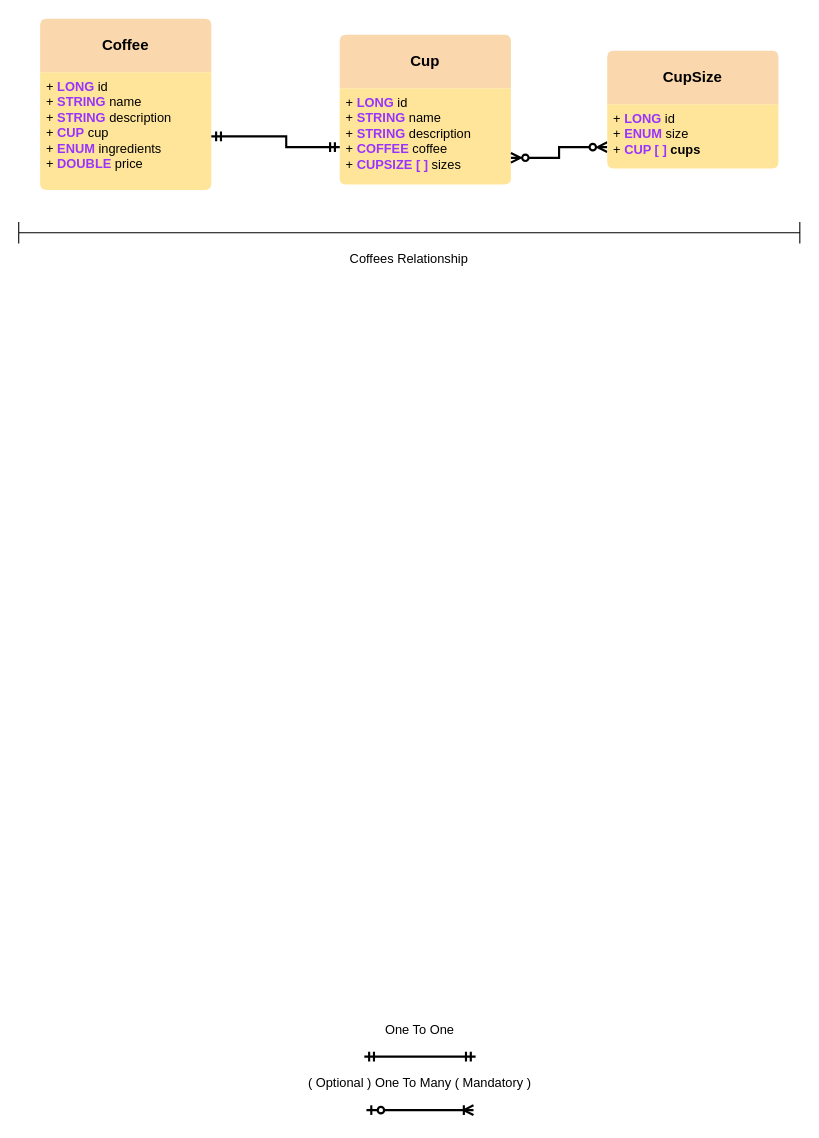
Before: coffee-api-diagram.drawio in SavioHaistem/Coffee-api, a draw.io diagram. Source tidied: cells renumbered, new cells numbered last; positions are measured from the earlier drawing's top-left corner, leaving out a move shared by most shapes. Both pictures are drawn from the tidied source at 107%, with x=0, y=0 at pixel (18, 18).
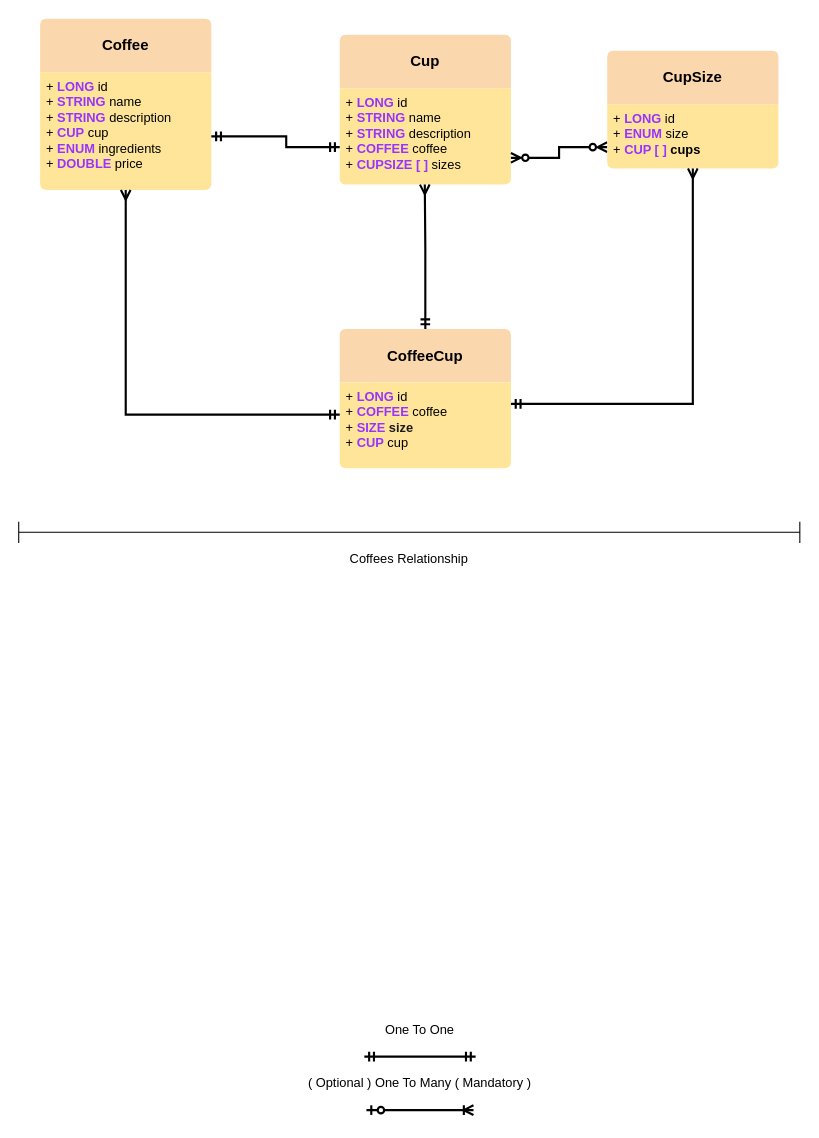
The same diagram, later.

Unchanged cells that the change refers to:
```xml
<mxCell id="3" value="+ &lt;b&gt;&lt;font color=&quot;#9933ff&quot;&gt;LONG&lt;/font&gt;&lt;/b&gt; id&lt;div&gt;+ &lt;b&gt;&lt;font color=&quot;#9933ff&quot;&gt;STRING&lt;/font&gt;&lt;/b&gt; name&lt;/div&gt;&lt;div&gt;+ &lt;b&gt;&lt;font color=&quot;#9933ff&quot;&gt;STRING&lt;/font&gt;&lt;/b&gt; description&lt;br&gt;+ &lt;font color=&quot;#9933ff&quot;&gt;&lt;b&gt;CUP&lt;/b&gt;&lt;/font&gt; cup&lt;br&gt;+ &lt;b&gt;&lt;font color=&quot;#9933ff&quot;&gt;ENUM&lt;/font&gt;&lt;/b&gt; ingredients&lt;div&gt;+ &lt;b&gt;&lt;font color=&quot;#9933ff&quot;&gt;DOUBLE&lt;/font&gt;&lt;/b&gt; price&lt;/div&gt;&lt;/div&gt;" style="align=left;strokeColor=none;fillColor=none;spacingLeft=4;fontSize=12;verticalAlign=top;html=1;" parent="2" vertex="1">
  <mxGeometry y="50" width="160" height="110" as="geometry" />
</mxCell>
```

Change to the diagram source:
```diff
@@
     <mxCell id="13" style="shape=crossbar;whiteSpace=wrap;html=1;rounded=1;" parent="1" vertex="1">
-      <mxGeometry y="190" width="730" height="20" as="geometry" />
+      <mxGeometry y="470" width="730" height="20" as="geometry" />
     </mxCell>
     <mxCell id="14" value="Coffees Relationship" style="text;html=1;align=center;verticalAlign=middle;whiteSpace=wrap;rounded=0;" parent="1" vertex="1">
-      <mxGeometry x="275" y="210" width="180" height="30" as="geometry" />
+      <mxGeometry x="275" y="490" width="180" height="30" as="geometry" />
     </mxCell>
@@
+    <mxCell id="16" value="&lt;b&gt;CoffeeCup&lt;/b&gt;" style="swimlane;horizontal=1;startSize=50;rounded=1;fontSize=14;fontStyle=0;strokeWidth=2;shadow=0;dashed=0;align=center;arcSize=4;whiteSpace=wrap;html=1;fillColor=#fad7ac;strokeColor=none;gradientColor=none;swimlaneFillColor=#FFE599;" parent="1" vertex="1">
+      <mxGeometry x="300" y="290" width="160" height="130" as="geometry" />
+    </mxCell>
+    <mxCell id="17" value="+ &lt;font color=&quot;#9933ff&quot;&gt;&lt;b&gt;LONG&lt;/b&gt;&lt;/font&gt;&amp;nbsp;id&lt;div&gt;+ &lt;font color=&quot;#9933ff&quot;&gt;&lt;b&gt;COFFEE&lt;/b&gt;&lt;/font&gt;&amp;nbsp;coffee&lt;/div&gt;&lt;div&gt;+ &lt;b style=&quot;&quot;&gt;&lt;font color=&quot;#9933ff&quot;&gt;SIZE &lt;/font&gt;&lt;font color=&quot;#1a1a1a&quot;&gt;size&lt;/font&gt;&lt;/b&gt;&lt;br&gt;+ &lt;font color=&quot;#9933ff&quot;&gt;&lt;b&gt;CUP&lt;/b&gt;&lt;/font&gt; cup&lt;br&gt;&lt;/div&gt;" style="align=left;strokeColor=none;fillColor=none;spacingLeft=4;fontSize=12;verticalAlign=top;html=1;" parent="16" vertex="1">
+      <mxGeometry y="50" width="160" height="80" as="geometry" />
+    </mxCell>
+    <mxCell id="18" style="edgeStyle=orthogonalEdgeStyle;rounded=0;jettySize=auto;html=1;strokeWidth=2;startArrow=ERmandOne;startFill=0;endArrow=ERmany;endFill=0;entryX=0.5;entryY=1;entryDx=0;entryDy=0;" parent="1" edge="1" target="3">
+      <mxGeometry relative="1" as="geometry">
+        <mxPoint x="300" y="370" as="sourcePoint" />
+        <Array as="points">
+          <mxPoint x="300" y="370" />
+          <mxPoint x="100" y="370" />
+        </Array>
+      </mxGeometry>
+    </mxCell>
+    <mxCell id="19" style="edgeStyle=orthogonalEdgeStyle;rounded=0;jettySize=auto;html=1;strokeWidth=2;startArrow=ERmandOne;startFill=0;endArrow=ERmany;endFill=0;exitX=0.5;exitY=0;exitDx=0;exitDy=0;" parent="1" edge="1" source="16">
+      <mxGeometry relative="1" as="geometry">
+        <mxPoint x="379.5" y="155" as="targetPoint" />
+        <Array as="points">
+          <mxPoint x="380" y="215" />
+        </Array>
+      </mxGeometry>
+    </mxCell>
+    <mxCell id="20" style="edgeStyle=orthogonalEdgeStyle;rounded=0;jettySize=auto;html=1;strokeWidth=2;startArrow=ERmandOne;startFill=0;endArrow=ERmany;endFill=0;entryX=0.5;entryY=1;entryDx=0;entryDy=0;exitX=1;exitY=0.25;exitDx=0;exitDy=0;" parent="1" edge="1" source="17">
+      <mxGeometry relative="1" as="geometry">
+        <mxPoint x="630" y="140" as="targetPoint" />
+        <Array as="points">
+          <mxPoint x="630" y="360" />
+        </Array>
+      </mxGeometry>
+    </mxCell>
```
